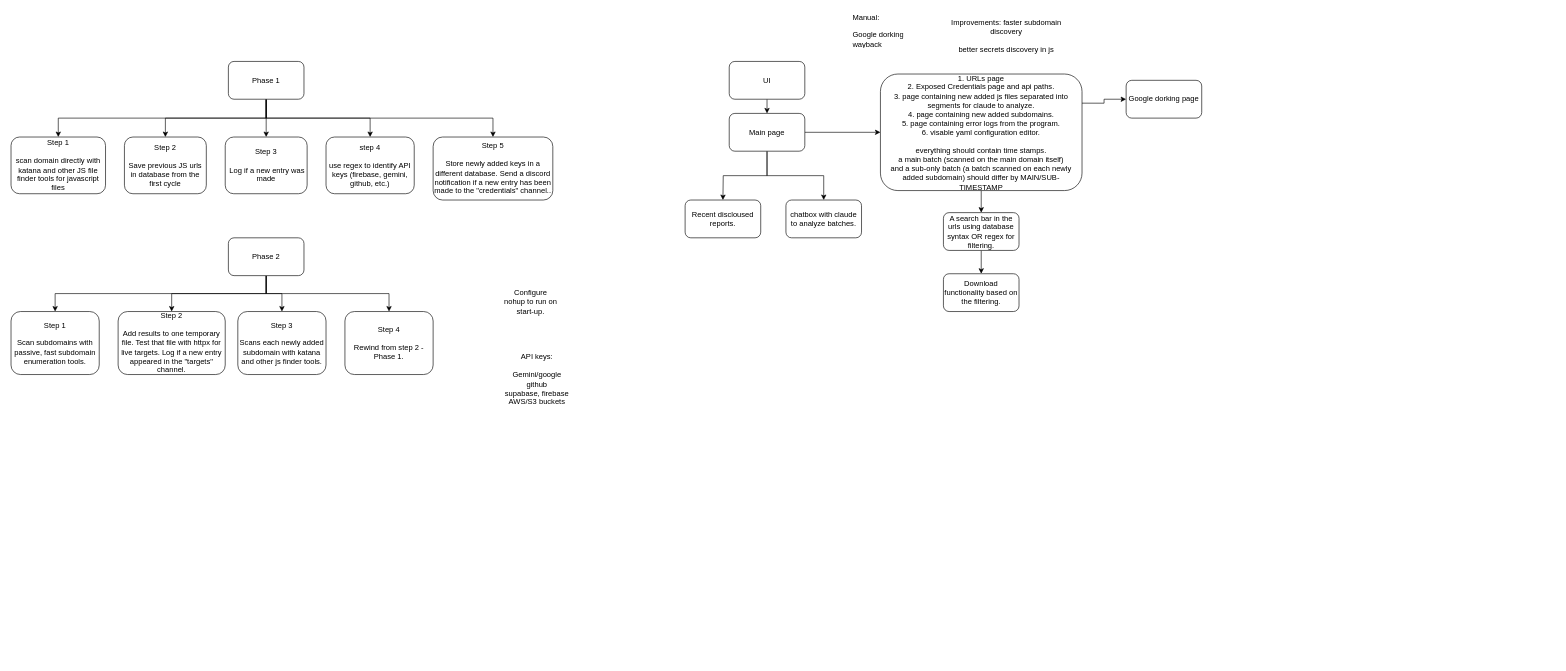
This is secretNotifyer.drawio from 2lazyyy/BountySheriff, a draw.io file, before an edit. Source tidied: cells renumbered, new cells numbered last; positions are measured from the earlier drawing's top-left corner, leaving out a move shared by most shapes. Both pictures are drawn from the tidied source at 63%, with x=0, y=0 at pixel (11, 11).
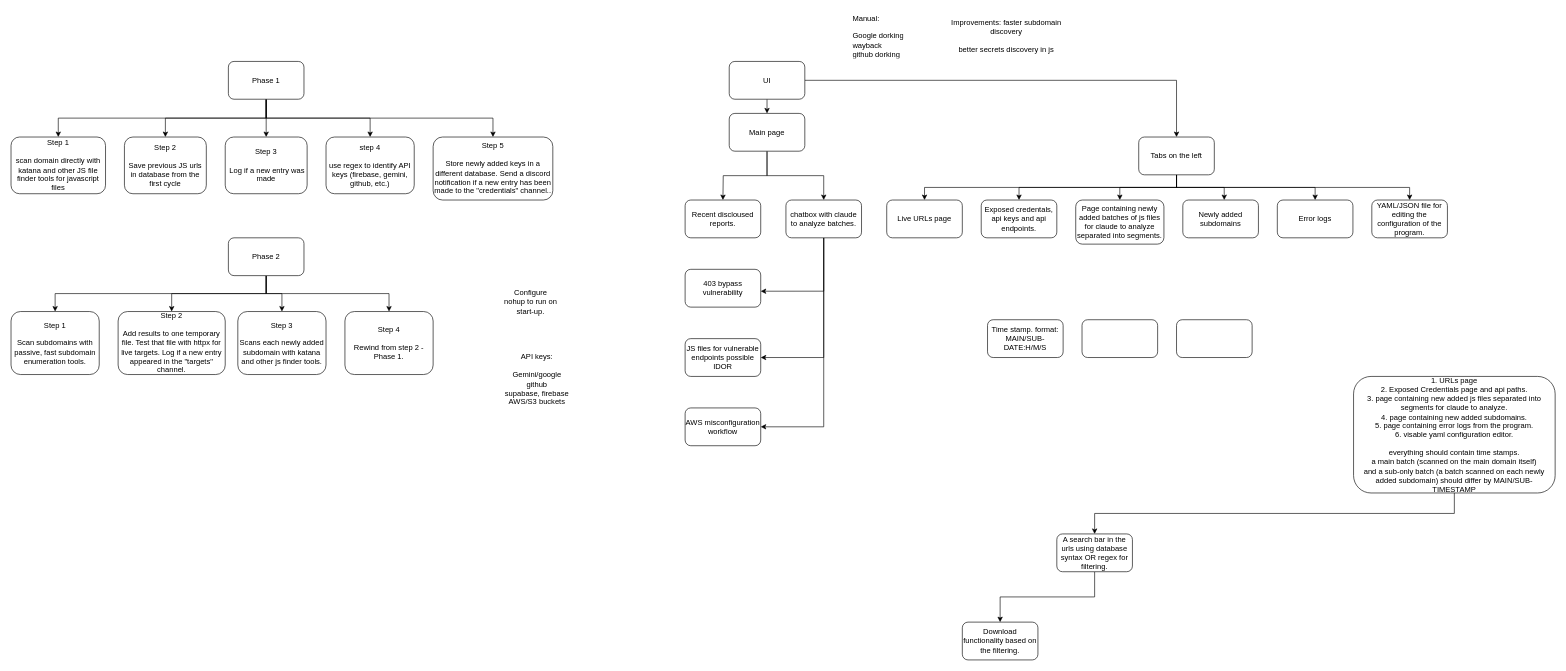
The same page after the edit.

The change refers to these unchanged cells:
```xml
<mxCell id="25" value="UI" style="rounded=1;whiteSpace=wrap;html=1;roundedPerimeter=1;" parent="1" vertex="1">
  <mxGeometry x="1140" y="80" width="120" height="60" as="geometry" />
</mxCell>
<mxCell id="32" value="Main page" style="rounded=1;whiteSpace=wrap;html=1;roundedPerimeter=1;" parent="1" vertex="1">
  <mxGeometry x="1140" y="162.5" width="120" height="60" as="geometry" />
</mxCell>
<mxCell id="35" value=" chatbox with claude to analyze batches." style="rounded=1;whiteSpace=wrap;html=1;roundedPerimeter=1;" parent="1" vertex="1">
  <mxGeometry x="1230" y="300" width="120" height="60" as="geometry" />
</mxCell>
```

The edit, as a diff of the source:
```diff
@@
+    <mxCell id="41" style="edgeStyle=orthogonalEdgeStyle;rounded=0;jettySize=auto;html=1;entryX=0.5;entryY=0;entryDx=0;entryDy=0;defaultLabelBackgroundColor=page;" parent="1" edge="1" source="25" target="54">
+      <mxGeometry relative="1" as="geometry" />
+    </mxCell>
@@
-    <mxCell id="27" style="edgeStyle=orthogonalEdgeStyle;rounded=0;jettySize=auto;html=1;exitX=1;exitY=0.25;exitDx=0;exitDy=0;entryX=0;entryY=0.5;entryDx=0;entryDy=0;defaultLabelBackgroundColor=page;" parent="1" edge="1" source="28" target="39">
-      <mxGeometry relative="1" as="geometry" />
-    </mxCell>
     <mxCell id="28" value="&lt;div&gt;1. URLs page&lt;/div&gt;&lt;div&gt;2. Exposed Credentials page and api paths.&lt;/div&gt;&lt;div&gt;3. page containing new added js files separated into segments for claude to analyze.&lt;/div&gt;&lt;div&gt;4. page containing new added subdomains.&lt;/div&gt;&lt;div&gt;5. page containing error logs from the program.&lt;/div&gt;&lt;div&gt;6. visable yaml configuration editor.&lt;/div&gt;&lt;div&gt;&lt;br&gt;&lt;/div&gt;&lt;div&gt;everything should contain time stamps.&lt;/div&gt;&lt;div&gt;a main batch (scanned on the main domain itself)&lt;/div&gt;&lt;div&gt;and a sub-only batch (a batch scanned on each newly added subdomain) should differ by MAIN/SUB-TIMESTAMP&lt;/div&gt;" style="rounded=1;whiteSpace=wrap;html=1;roundedPerimeter=1;" parent="1" vertex="1">
-      <mxGeometry x="1380" y="100" width="320" height="185" as="geometry" />
+      <mxGeometry x="2131" y="580" width="320" height="185" as="geometry" />
     </mxCell>
@@
-    <mxCell id="31" style="edgeStyle=orthogonalEdgeStyle;rounded=0;jettySize=auto;html=1;exitX=1;exitY=0.5;exitDx=0;exitDy=0;entryX=0;entryY=0.5;entryDx=0;entryDy=0;defaultLabelBackgroundColor=page;" parent="1" edge="1" source="32" target="28">
-      <mxGeometry relative="1" as="geometry" />
-    </mxCell>
@@
+    <mxCell id="42" style="edgeStyle=orthogonalEdgeStyle;rounded=0;jettySize=auto;html=1;exitX=0.5;exitY=1;exitDx=0;exitDy=0;entryX=1.013;entryY=0.581;entryDx=0;entryDy=0;defaultLabelBackgroundColor=page;" parent="1" edge="1" source="35" target="45">
+      <mxGeometry relative="1" as="geometry" />
+    </mxCell>
+    <mxCell id="43" style="edgeStyle=orthogonalEdgeStyle;rounded=0;jettySize=auto;html=1;exitX=0.5;exitY=1;exitDx=0;exitDy=0;entryX=1;entryY=0.5;entryDx=0;entryDy=0;defaultLabelBackgroundColor=page;" parent="1" edge="1" source="35" target="46">
+      <mxGeometry relative="1" as="geometry" />
+    </mxCell>
+    <mxCell id="44" style="edgeStyle=orthogonalEdgeStyle;rounded=0;jettySize=auto;html=1;exitX=0.5;exitY=1;exitDx=0;exitDy=0;entryX=1;entryY=0.5;entryDx=0;entryDy=0;defaultLabelBackgroundColor=page;" parent="1" edge="1" source="35" target="47">
+      <mxGeometry relative="1" as="geometry" />
+    </mxCell>
@@
     <mxCell id="37" value="A search bar in the urls using database syntax OR regex for filtering." style="rounded=1;whiteSpace=wrap;html=1;roundedPerimeter=1;" parent="1" vertex="1">
-      <mxGeometry x="1480" y="320" width="120" height="60" as="geometry" />
+      <mxGeometry x="1660" y="830" width="120" height="60" as="geometry" />
     </mxCell>
     <mxCell id="38" value="Download functionality based on the filtering." style="rounded=1;whiteSpace=wrap;html=1;roundedPerimeter=1;" parent="1" vertex="1">
-      <mxGeometry x="1480" y="417" width="120" height="60" as="geometry" />
+      <mxGeometry x="1510" y="970" width="120" height="60" as="geometry" />
     </mxCell>
-    <mxCell id="39" value="Google dorking page" style="rounded=1;whiteSpace=wrap;html=1;roundedPerimeter=1;" parent="1" vertex="1">
-      <mxGeometry x="1770" y="110" width="120" height="60" as="geometry" />
-    </mxCell>
-    <mxCell id="40" value="Manual:&lt;br&gt;&lt;br&gt;&lt;div&gt;Google dorking&lt;/div&gt;&lt;div&gt;wayback&lt;/div&gt;" style="text;strokeColor=none;fillColor=none;align=left;verticalAlign=middle;spacingLeft=4;spacingRight=4;overflow=hidden;whiteSpace=wrap;html=1;" parent="1" vertex="1">
-      <mxGeometry x="1330" width="120" height="60" as="geometry" />
+    <mxCell id="40" value="Manual:&lt;br&gt;&lt;br&gt;&lt;div&gt;Google dorking&lt;/div&gt;&lt;div&gt;wayback&lt;/div&gt;&lt;div&gt;github dorking&lt;/div&gt;" style="text;strokeColor=none;fillColor=none;align=left;verticalAlign=middle;spacingLeft=4;spacingRight=4;overflow=hidden;whiteSpace=wrap;html=1;" parent="1" vertex="1">
+      <mxGeometry x="1330" width="120" height="80" as="geometry" />
     </mxCell>
+    <mxCell id="45" value="403 bypass vulnerability" style="rounded=1;whiteSpace=wrap;html=1;roundedPerimeter=1;" parent="1" vertex="1">
+      <mxGeometry x="1070" y="410" width="120" height="60" as="geometry" />
+    </mxCell>
+    <mxCell id="46" value="JS files for vulnerable endpoints possible IDOR" style="rounded=1;whiteSpace=wrap;html=1;roundedPerimeter=1;" parent="1" vertex="1">
+      <mxGeometry x="1070" y="520" width="120" height="60" as="geometry" />
+    </mxCell>
+    <mxCell id="47" value="AWS misconfiguration workflow" style="rounded=1;whiteSpace=wrap;html=1;roundedPerimeter=1;" parent="1" vertex="1">
+      <mxGeometry x="1070" y="630" width="120" height="60" as="geometry" />
+    </mxCell>
+    <mxCell id="48" style="edgeStyle=orthogonalEdgeStyle;rounded=0;jettySize=auto;html=1;exitX=0.5;exitY=1;exitDx=0;exitDy=0;entryX=0.5;entryY=0;entryDx=0;entryDy=0;defaultLabelBackgroundColor=page;" parent="1" edge="1" source="54" target="56">
+      <mxGeometry relative="1" as="geometry" />
+    </mxCell>
+    <mxCell id="49" style="edgeStyle=orthogonalEdgeStyle;rounded=0;jettySize=auto;html=1;exitX=0.5;exitY=1;exitDx=0;exitDy=0;entryX=0.5;entryY=0;entryDx=0;entryDy=0;defaultLabelBackgroundColor=page;" parent="1" edge="1" source="54" target="57">
+      <mxGeometry relative="1" as="geometry" />
+    </mxCell>
+    <mxCell id="50" style="edgeStyle=orthogonalEdgeStyle;rounded=0;jettySize=auto;html=1;exitX=0.5;exitY=1;exitDx=0;exitDy=0;entryX=0.55;entryY=-0.022;entryDx=0;entryDy=0;defaultLabelBackgroundColor=page;" parent="1" edge="1" source="54" target="58">
+      <mxGeometry relative="1" as="geometry" />
+    </mxCell>
+    <mxCell id="51" style="edgeStyle=orthogonalEdgeStyle;rounded=0;jettySize=auto;html=1;exitX=0.5;exitY=1;exitDx=0;exitDy=0;defaultLabelBackgroundColor=page;" parent="1" edge="1" source="54" target="59">
+      <mxGeometry relative="1" as="geometry" />
+    </mxCell>
+    <mxCell id="52" style="edgeStyle=orthogonalEdgeStyle;rounded=0;jettySize=auto;html=1;exitX=0.5;exitY=1;exitDx=0;exitDy=0;entryX=0.5;entryY=0;entryDx=0;entryDy=0;defaultLabelBackgroundColor=page;" parent="1" edge="1" source="54" target="55">
+      <mxGeometry relative="1" as="geometry" />
+    </mxCell>
+    <mxCell id="53" style="edgeStyle=orthogonalEdgeStyle;rounded=0;jettySize=auto;html=1;exitX=0.5;exitY=1;exitDx=0;exitDy=0;entryX=0.5;entryY=0;entryDx=0;entryDy=0;defaultLabelBackgroundColor=page;" parent="1" edge="1" source="54" target="60">
+      <mxGeometry relative="1" as="geometry" />
+    </mxCell>
+    <mxCell id="54" value="Tabs on the left" style="rounded=1;whiteSpace=wrap;html=1;roundedPerimeter=1;" parent="1" vertex="1">
+      <mxGeometry x="1790" y="200" width="120" height="60" as="geometry" />
+    </mxCell>
+    <mxCell id="55" value="Live URLs page" style="rounded=1;whiteSpace=wrap;html=1;roundedPerimeter=1;" parent="1" vertex="1">
+      <mxGeometry x="1390" y="300" width="120" height="60" as="geometry" />
+    </mxCell>
+    <mxCell id="56" value="Exposed credentals, api keys and api endpoints." style="rounded=1;whiteSpace=wrap;html=1;roundedPerimeter=1;" parent="1" vertex="1">
+      <mxGeometry x="1540" y="300" width="120" height="60" as="geometry" />
+    </mxCell>
+    <mxCell id="57" value="Page containing newly added batches of js files for claude to analyze separated into segments." style="rounded=1;whiteSpace=wrap;html=1;roundedPerimeter=1;" parent="1" vertex="1">
+      <mxGeometry x="1690" y="300" width="140" height="70" as="geometry" />
+    </mxCell>
+    <mxCell id="58" value="Newly added subdomains" style="rounded=1;whiteSpace=wrap;html=1;roundedPerimeter=1;" parent="1" vertex="1">
+      <mxGeometry x="1860" y="300" width="120" height="60" as="geometry" />
+    </mxCell>
+    <mxCell id="59" value="Error logs" style="rounded=1;whiteSpace=wrap;html=1;roundedPerimeter=1;" parent="1" vertex="1">
+      <mxGeometry x="2010" y="300" width="120" height="60" as="geometry" />
+    </mxCell>
+    <mxCell id="60" value="YAML/JSON file for editing the configuration of the program." style="rounded=1;whiteSpace=wrap;html=1;roundedPerimeter=1;" parent="1" vertex="1">
+      <mxGeometry x="2160" y="300" width="120" height="60" as="geometry" />
+    </mxCell>
+    <mxCell id="61" style="rounded=1;whiteSpace=wrap;html=1;roundedPerimeter=1;" parent="1" vertex="1">
+      <mxGeometry x="1850" y="490" width="120" height="60" as="geometry" />
+    </mxCell>
+    <mxCell id="62" style="rounded=1;whiteSpace=wrap;html=1;roundedPerimeter=1;" parent="1" vertex="1">
+      <mxGeometry x="1700" y="490" width="120" height="60" as="geometry" />
+    </mxCell>
+    <mxCell id="63" value="Time stamp. format: MAIN/SUB-DATE:H/M/S" style="rounded=1;whiteSpace=wrap;html=1;roundedPerimeter=1;" parent="1" vertex="1">
+      <mxGeometry x="1550" y="490" width="120" height="60" as="geometry" />
+    </mxCell>
```
